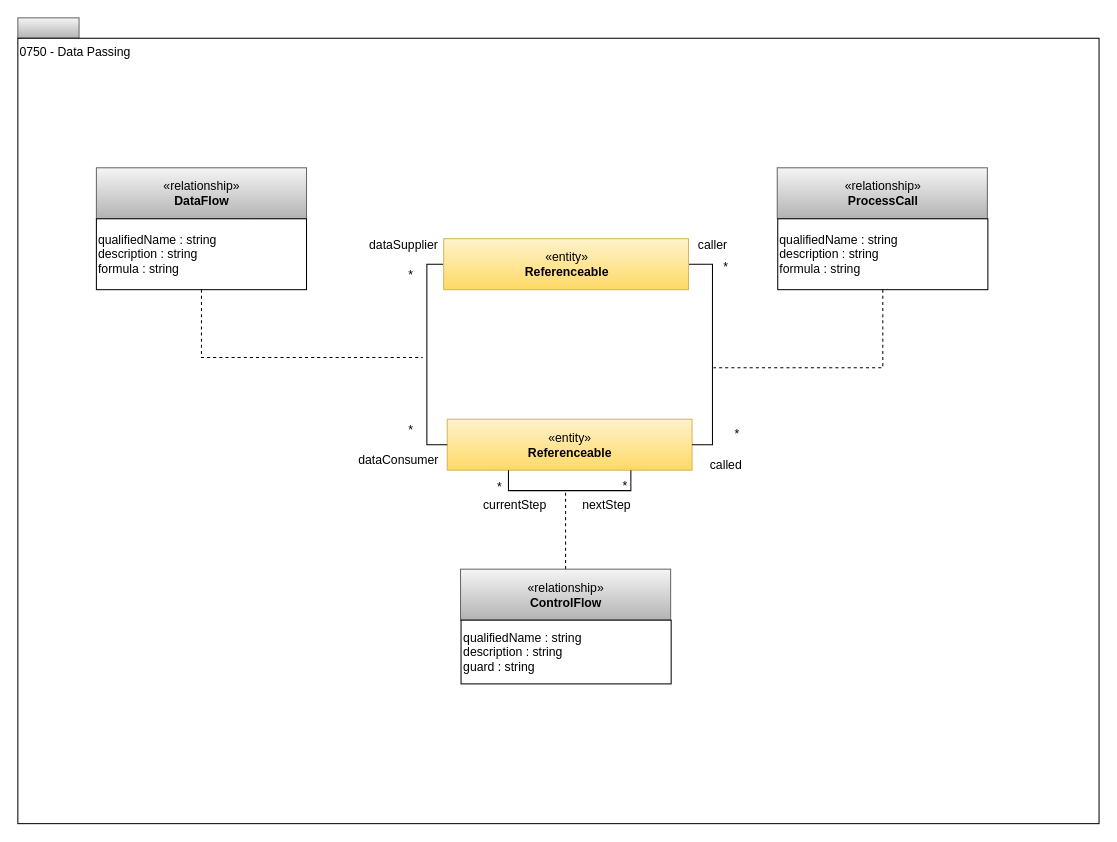
Above: page "0750-Data-Passing" (9 of 12) of open-metadata-publication/website/open-metadata-types/area-7-lineage.drawio in odpi/egeria (draw.io), before the change. Source tidied: cells renumbered, new cells numbered last; positions are measured from the earlier drawing's top-left corner, leaving out a move shared by most shapes. Both pictures are drawn from the tidied source at 102%, with x=0, y=0 at pixel (17, 17).
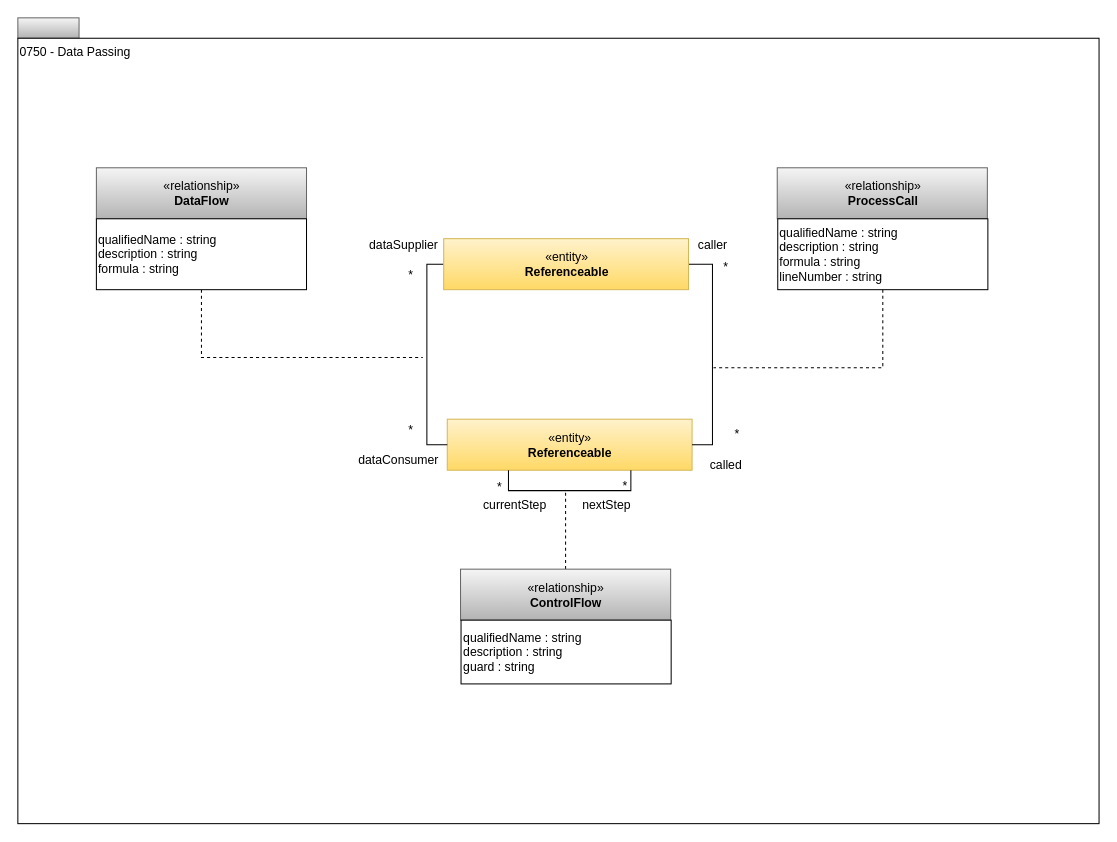
Above is the later version.

Change to the diagram source:
```diff
@@
-    <mxCell id="25" value="qualifiedName : string&lt;br&gt;description : string&lt;br&gt;formula : string" style="rounded=0;whiteSpace=wrap;html=1;strokeColor=#000000;gradientColor=#ffffff;align=left;" parent="1" vertex="1">
+    <mxCell id="25" value="qualifiedName : string&lt;br&gt;description : string&lt;br&gt;formula : string&lt;br&gt;lineNumber : string" style="rounded=0;whiteSpace=wrap;html=1;strokeColor=#000000;gradientColor=#ffffff;align=left;" parent="1" vertex="1">
       <mxGeometry x="745" y="197" width="206" height="69.5" as="geometry" />
     </mxCell>
```
